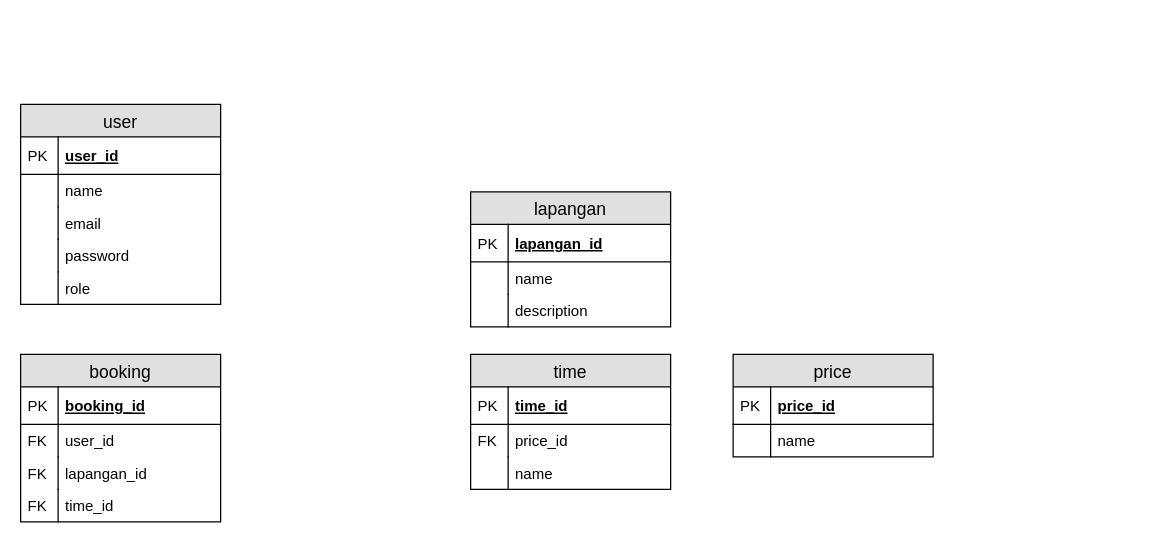
mushonnip/uyifutsal keeps this draw.io diagram as page "LRD" (1 of 2) of docs/Diagram.drawio. Above is the earlier version. Source tidied: cells renumbered, new cells numbered last; positions are measured from the earlier drawing's top-left corner, leaving out a move shared by most shapes. Both pictures are drawn from the tidied source at 125%, with x=0, y=0 at pixel (20, 104).
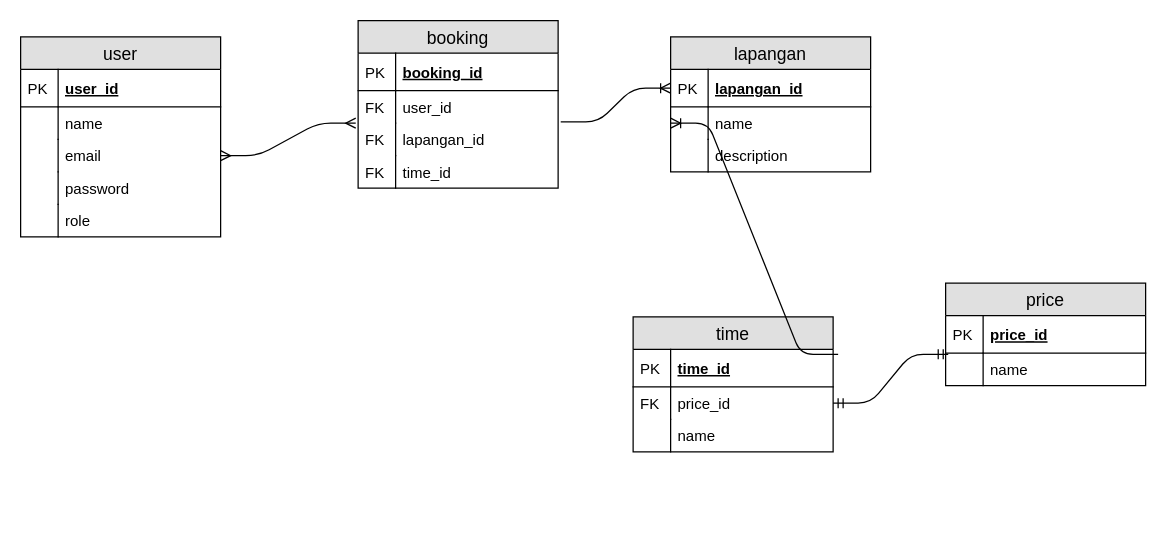
The same page after the edit.

The change refers to these unchanged cells:
```xml
<mxCell id="7" value="email" style="shape=partialRectangle;top=0;left=0;right=0;bottom=0;align=left;verticalAlign=top;fillColor=none;spacingLeft=34;spacingRight=4;overflow=hidden;points=[[0,0.5],[1,0.5]];portConstraint=eastwest;fontSize=12;" parent="2" vertex="1">
  <mxGeometry y="82" width="160" height="26" as="geometry" />
</mxCell>
<mxCell id="14" value="lapangan_id" style="shape=partialRectangle;top=0;left=0;right=0;bottom=1;align=left;verticalAlign=middle;fillColor=none;spacingLeft=34;spacingRight=4;overflow=hidden;points=[[0,0.5],[1,0.5]];portConstraint=eastwest;fontStyle=5;fontSize=12;" parent="13" vertex="1">
  <mxGeometry y="26" width="160" height="30" as="geometry" />
</mxCell>
<mxCell id="16" value="name" style="shape=partialRectangle;top=0;left=0;right=0;bottom=0;align=left;verticalAlign=top;fillColor=none;spacingLeft=34;spacingRight=4;overflow=hidden;points=[[0,0.5],[1,0.5]];portConstraint=eastwest;fontSize=12;" parent="13" vertex="1">
  <mxGeometry y="56" width="160" height="26" as="geometry" />
</mxCell>
<mxCell id="21" value="time_id" style="shape=partialRectangle;top=0;left=0;right=0;bottom=1;align=left;verticalAlign=middle;fillColor=none;spacingLeft=34;spacingRight=4;overflow=hidden;points=[[0,0.5],[1,0.5]];portConstraint=eastwest;fontStyle=5;fontSize=12;" parent="20" vertex="1">
  <mxGeometry y="26" width="160" height="30" as="geometry" />
</mxCell>
<mxCell id="23" value="price_id" style="shape=partialRectangle;top=0;left=0;right=0;bottom=0;align=left;verticalAlign=top;fillColor=none;spacingLeft=34;spacingRight=4;overflow=hidden;points=[[0,0.5],[1,0.5]];portConstraint=eastwest;fontSize=12;" parent="20" vertex="1">
  <mxGeometry y="56" width="160" height="26" as="geometry" />
</mxCell>
<mxCell id="30" value="user_id" style="shape=partialRectangle;top=0;left=0;right=0;bottom=0;align=left;verticalAlign=top;fillColor=none;spacingLeft=34;spacingRight=4;overflow=hidden;points=[[0,0.5],[1,0.5]];portConstraint=eastwest;fontSize=12;" parent="27" vertex="1">
  <mxGeometry y="56" width="160" height="26" as="geometry" />
</mxCell>
<mxCell id="37" value="price_id" style="shape=partialRectangle;top=0;left=0;right=0;bottom=1;align=left;verticalAlign=middle;fillColor=none;spacingLeft=34;spacingRight=4;overflow=hidden;points=[[0,0.5],[1,0.5]];portConstraint=eastwest;fontStyle=5;fontSize=12;" parent="36" vertex="1">
  <mxGeometry y="26" width="160" height="30" as="geometry" />
</mxCell>
```

Diff of the diagram source:
```diff
@@
     <mxCell id="2" value="user" style="swimlane;fontStyle=0;horizontal=1;startSize=26;fillColor=#e0e0e0;swimlaneFillColor=#ffffff;align=center;fontSize=14;" parent="1" vertex="1">
-      <mxGeometry width="160" height="160" as="geometry" />
+      <mxGeometry y="-54" width="160" height="160" as="geometry" />
     </mxCell>
@@
     <mxCell id="13" value="lapangan" style="swimlane;fontStyle=0;horizontal=1;startSize=26;fillColor=#e0e0e0;swimlaneFillColor=#ffffff;align=center;fontSize=14;" parent="1" vertex="1">
-      <mxGeometry x="360" y="70" width="160" height="108" as="geometry" />
+      <mxGeometry x="520" y="-54" width="160" height="108" as="geometry" />
     </mxCell>
@@
     <mxCell id="20" value="time" style="swimlane;fontStyle=0;horizontal=1;startSize=26;fillColor=#e0e0e0;swimlaneFillColor=#ffffff;align=center;fontSize=14;" parent="1" vertex="1">
-      <mxGeometry x="360" y="200" width="160" height="108" as="geometry" />
+      <mxGeometry x="490" y="170" width="160" height="108" as="geometry" />
     </mxCell>
@@
     <mxCell id="27" value="booking" style="swimlane;fontStyle=0;horizontal=1;startSize=26;fillColor=#e0e0e0;swimlaneFillColor=#ffffff;align=center;fontSize=14;" parent="1" vertex="1">
-      <mxGeometry y="200" width="160" height="134" as="geometry" />
+      <mxGeometry x="270" y="-67" width="160" height="134" as="geometry" />
     </mxCell>
@@
     <mxCell id="36" value="price" style="swimlane;fontStyle=0;horizontal=1;startSize=26;fillColor=#e0e0e0;swimlaneFillColor=#ffffff;align=center;fontSize=14;" parent="1" vertex="1">
-      <mxGeometry x="570" y="200" width="160" height="82" as="geometry" />
+      <mxGeometry x="740" y="143" width="160" height="82" as="geometry" />
     </mxCell>
@@
+    <mxCell id="41" style="edgeStyle=entityRelationEdgeStyle;fontSize=12;html=1;endArrow=ERmandOne;startArrow=ERmandOne;entryX=0.013;entryY=1.033;entryDx=0;entryDy=0;exitX=1;exitY=0.5;exitDx=0;exitDy=0;entryPerimeter=0;" parent="1" edge="1" source="23" target="37">
+      <mxGeometry relative="1" as="geometry" />
+    </mxCell>
+    <mxCell id="42" style="edgeStyle=entityRelationEdgeStyle;fontSize=12;html=1;endArrow=ERoneToMany;exitX=1.013;exitY=0.962;exitDx=0;exitDy=0;exitPerimeter=0;entryX=0;entryY=0.5;entryDx=0;entryDy=0;" parent="1" edge="1" source="30" target="14">
+      <mxGeometry relative="1" as="geometry" />
+    </mxCell>
+    <mxCell id="43" style="edgeStyle=entityRelationEdgeStyle;fontSize=12;html=1;endArrow=ERoneToMany;entryX=0;entryY=0.5;entryDx=0;entryDy=0;exitX=1.025;exitY=0.133;exitDx=0;exitDy=0;exitPerimeter=0;" parent="1" edge="1" source="21" target="16">
+      <mxGeometry relative="1" as="geometry" />
+    </mxCell>
+    <mxCell id="44" style="edgeStyle=entityRelationEdgeStyle;fontSize=12;html=1;endArrow=ERmany;startArrow=ERmany;exitX=1;exitY=0.5;exitDx=0;exitDy=0;entryX=-0.012;entryY=1;entryDx=0;entryDy=0;entryPerimeter=0;" parent="1" edge="1" source="7" target="30">
+      <mxGeometry relative="1" as="geometry" />
+    </mxCell>
```
